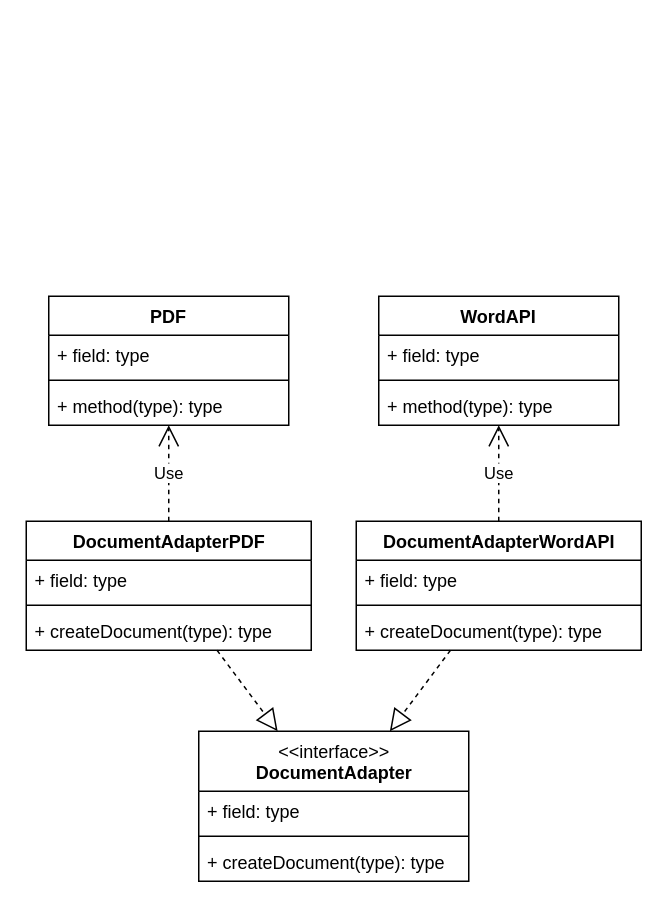
This is page "DocumentAdapterPattern" (7 of 9) of docs/uml_avansdevops.drawio from L-Mustang/avansdevops, a draw.io file, before an edit. Source tidied: cells renumbered, new cells numbered last; positions are measured from the earlier drawing's top-left corner, leaving out a move shared by most shapes. Both pictures are drawn from the tidied source at 150%, with x=0, y=0 at pixel (26, 296).
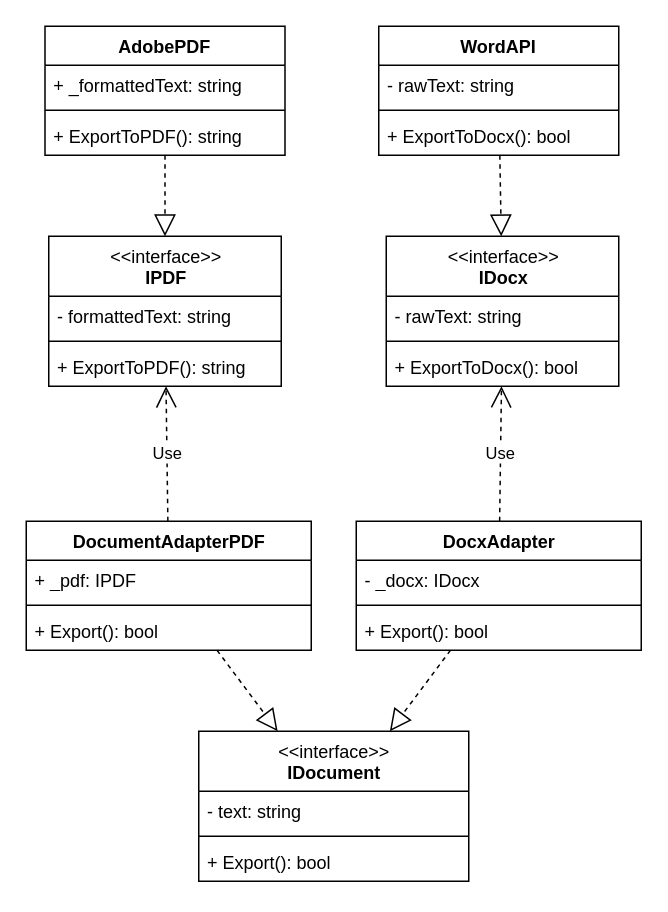
After the change.

The change refers to these unchanged cells:
```xml
<mxCell id="19" value="DocumentAdapterPDF" style="swimlane;fontStyle=1;align=center;verticalAlign=top;horizontal=1;startSize=26;html=1;" parent="1" vertex="1">
  <mxGeometry y="150" width="190" height="86" as="geometry" />
</mxCell>
```

Diff of the diagram source:
```diff
@@
-    <mxCell id="2" value="PDF" style="swimlane;fontStyle=1;align=center;verticalAlign=top;horizontal=1;startSize=26;" parent="1" vertex="1">
-      <mxGeometry x="15" width="160" height="86" as="geometry" />
+    <mxCell id="2" value="AdobePDF" style="swimlane;fontStyle=1;align=center;verticalAlign=top;horizontal=1;startSize=26;" parent="1" vertex="1">
+      <mxGeometry x="12.5" y="-180" width="160" height="86" as="geometry" />
     </mxCell>
-    <mxCell id="3" value="+ field: type" style="text;strokeColor=none;fillColor=none;align=left;verticalAlign=top;spacingLeft=4;spacingRight=4;overflow=hidden;" parent="2" vertex="1">
+    <mxCell id="3" value="+ _formattedText: string" style="text;strokeColor=none;fillColor=none;align=left;verticalAlign=top;spacingLeft=4;spacingRight=4;overflow=hidden;" parent="2" vertex="1">
       <mxGeometry y="26" width="160" height="26" as="geometry" />
     </mxCell>
@@
-    <mxCell id="5" value="+ method(type): type" style="text;strokeColor=none;fillColor=none;align=left;verticalAlign=top;spacingLeft=4;spacingRight=4;overflow=hidden;" parent="2" vertex="1">
+    <mxCell id="5" value="+ ExportToPDF(): string" style="text;strokeColor=none;fillColor=none;align=left;verticalAlign=top;spacingLeft=4;spacingRight=4;overflow=hidden;" parent="2" vertex="1">
       <mxGeometry y="60" width="160" height="26" as="geometry" />
     </mxCell>
     <mxCell id="6" value="WordAPI" style="swimlane;fontStyle=1;align=center;verticalAlign=top;horizontal=1;startSize=26;" parent="1" vertex="1">
-      <mxGeometry x="235" width="160" height="86" as="geometry" />
+      <mxGeometry x="235" y="-180" width="160" height="86" as="geometry" />
     </mxCell>
-    <mxCell id="7" value="+ field: type" style="text;strokeColor=none;fillColor=none;align=left;verticalAlign=top;spacingLeft=4;spacingRight=4;overflow=hidden;" parent="6" vertex="1">
+    <mxCell id="7" value="- rawText: string" style="text;strokeColor=none;fillColor=none;align=left;verticalAlign=top;spacingLeft=4;spacingRight=4;overflow=hidden;" parent="6" vertex="1">
       <mxGeometry y="26" width="160" height="26" as="geometry" />
     </mxCell>
@@
-    <mxCell id="9" value="+ method(type): type" style="text;strokeColor=none;fillColor=none;align=left;verticalAlign=top;spacingLeft=4;spacingRight=4;overflow=hidden;" parent="6" vertex="1">
+    <mxCell id="9" value="+ ExportToDocx(): bool" style="text;strokeColor=none;fillColor=none;align=left;verticalAlign=top;spacingLeft=4;spacingRight=4;overflow=hidden;" parent="6" vertex="1">
       <mxGeometry y="60" width="160" height="26" as="geometry" />
     </mxCell>
-    <mxCell id="10" value="&lt;span style=&quot;font-weight: normal&quot;&gt;&amp;lt;&amp;lt;interface&amp;gt;&amp;gt;&lt;br&gt;&lt;/span&gt;DocumentAdapter" style="swimlane;fontStyle=1;align=center;verticalAlign=top;horizontal=1;startSize=40;html=1;" parent="1" vertex="1">
+    <mxCell id="10" value="&lt;span style=&quot;font-weight: normal&quot;&gt;&amp;lt;&amp;lt;interface&amp;gt;&amp;gt;&lt;br&gt;&lt;/span&gt;IDocument" style="swimlane;fontStyle=1;align=center;verticalAlign=top;horizontal=1;startSize=40;html=1;" parent="1" vertex="1">
       <mxGeometry x="115" y="290" width="180" height="100" as="geometry" />
     </mxCell>
-    <mxCell id="11" value="+ field: type" style="text;strokeColor=none;fillColor=none;align=left;verticalAlign=top;spacingLeft=4;spacingRight=4;overflow=hidden;" parent="10" vertex="1">
+    <mxCell id="11" value="- text: string" style="text;strokeColor=none;fillColor=none;align=left;verticalAlign=top;spacingLeft=4;spacingRight=4;overflow=hidden;" parent="10" vertex="1">
       <mxGeometry y="40" width="180" height="26" as="geometry" />
     </mxCell>
@@
-    <mxCell id="13" value="+ createDocument(type): type" style="text;strokeColor=none;fillColor=none;align=left;verticalAlign=top;spacingLeft=4;spacingRight=4;overflow=hidden;" parent="10" vertex="1">
+    <mxCell id="13" value="+ Export(): bool" style="text;strokeColor=none;fillColor=none;align=left;verticalAlign=top;spacingLeft=4;spacingRight=4;overflow=hidden;" parent="10" vertex="1">
       <mxGeometry y="74" width="180" height="26" as="geometry" />
     </mxCell>
-    <mxCell id="14" value="DocumentAdapterWordAPI" style="swimlane;fontStyle=1;align=center;verticalAlign=top;horizontal=1;startSize=26;html=1;" parent="1" vertex="1">
+    <mxCell id="14" value="DocxAdapter" style="swimlane;fontStyle=1;align=center;verticalAlign=top;horizontal=1;startSize=26;html=1;" parent="1" vertex="1">
       <mxGeometry x="220" y="150" width="190" height="86" as="geometry" />
     </mxCell>
-    <mxCell id="15" value="+ field: type" style="text;strokeColor=none;fillColor=none;align=left;verticalAlign=top;spacingLeft=4;spacingRight=4;overflow=hidden;html=1;" parent="14" vertex="1">
+    <mxCell id="15" value="- _docx: IDocx" style="text;strokeColor=none;fillColor=none;align=left;verticalAlign=top;spacingLeft=4;spacingRight=4;overflow=hidden;html=1;" parent="14" vertex="1">
       <mxGeometry y="26" width="190" height="26" as="geometry" />
     </mxCell>
@@
-    <mxCell id="17" value="+ createDocument(type): type" style="text;strokeColor=none;fillColor=none;align=left;verticalAlign=top;spacingLeft=4;spacingRight=4;overflow=hidden;html=1;" parent="14" vertex="1">
+    <mxCell id="17" value="+ Export(): bool" style="text;strokeColor=none;fillColor=none;align=left;verticalAlign=top;spacingLeft=4;spacingRight=4;overflow=hidden;html=1;" parent="14" vertex="1">
       <mxGeometry y="60" width="190" height="26" as="geometry" />
     </mxCell>
@@
-    <mxCell id="20" value="+ field: type" style="text;strokeColor=none;fillColor=none;align=left;verticalAlign=top;spacingLeft=4;spacingRight=4;overflow=hidden;html=1;" parent="19" vertex="1">
+    <mxCell id="20" value="+ _pdf: IPDF" style="text;strokeColor=none;fillColor=none;align=left;verticalAlign=top;spacingLeft=4;spacingRight=4;overflow=hidden;html=1;" parent="19" vertex="1">
       <mxGeometry y="26" width="190" height="26" as="geometry" />
     </mxCell>
@@
-    <mxCell id="22" value="+ createDocument(type): type" style="text;strokeColor=none;fillColor=none;align=left;verticalAlign=top;spacingLeft=4;spacingRight=4;overflow=hidden;html=1;" parent="19" vertex="1">
+    <mxCell id="22" value="+ Export(): bool" style="text;strokeColor=none;fillColor=none;align=left;verticalAlign=top;spacingLeft=4;spacingRight=4;overflow=hidden;html=1;" parent="19" vertex="1">
       <mxGeometry y="60" width="190" height="26" as="geometry" />
     </mxCell>
@@
-    <mxCell id="24" value="Use" style="endArrow=open;endSize=12;dashed=1;html=1;rounded=0;" parent="1" edge="1" source="19" target="2">
+    <mxCell id="24" value="Use" style="endArrow=open;endSize=12;dashed=1;html=1;rounded=0;" parent="1" edge="1" source="19" target="26">
       <mxGeometry relative="1" as="geometry" />
     </mxCell>
-    <mxCell id="25" value="Use" style="endArrow=open;endSize=12;dashed=1;html=1;rounded=0;" parent="1" edge="1" source="14" target="6">
+    <mxCell id="25" value="Use" style="endArrow=open;endSize=12;dashed=1;html=1;rounded=0;" parent="1" edge="1" source="14" target="31">
       <mxGeometry relative="1" as="geometry" />
     </mxCell>
+    <mxCell id="26" value="&lt;span style=&quot;font-weight: normal&quot;&gt;&amp;lt;&amp;lt;interface&amp;gt;&amp;gt;&lt;br&gt;&lt;/span&gt;IPDF" style="swimlane;fontStyle=1;align=center;verticalAlign=top;horizontal=1;startSize=40;html=1;" parent="1" vertex="1">
+      <mxGeometry x="15" y="-40" width="155" height="100" as="geometry" />
+    </mxCell>
+    <mxCell id="27" value="- formattedText: string" style="text;strokeColor=none;fillColor=none;align=left;verticalAlign=top;spacingLeft=4;spacingRight=4;overflow=hidden;" parent="26" vertex="1">
+      <mxGeometry y="40" width="155" height="26" as="geometry" />
+    </mxCell>
+    <mxCell id="28" style="line;strokeWidth=1;fillColor=none;align=left;verticalAlign=middle;spacingTop=-1;spacingLeft=3;spacingRight=3;labelPosition=right;" parent="26" vertex="1">
+      <mxGeometry y="66" width="155" height="8" as="geometry" />
+    </mxCell>
+    <mxCell id="29" value="+ ExportToPDF(): string" style="text;strokeColor=none;fillColor=none;align=left;verticalAlign=top;spacingLeft=4;spacingRight=4;overflow=hidden;" parent="26" vertex="1">
+      <mxGeometry y="74" width="155" height="26" as="geometry" />
+    </mxCell>
+    <mxCell id="30" style="endArrow=block;dashed=1;endFill=0;endSize=12;html=1;rounded=0;entryX=0.5;entryY=0;entryDx=0;entryDy=0;" parent="1" edge="1" source="2" target="26">
+      <mxGeometry relative="1" as="geometry" />
+    </mxCell>
+    <mxCell id="31" value="&lt;span style=&quot;font-weight: normal&quot;&gt;&amp;lt;&amp;lt;interface&amp;gt;&amp;gt;&lt;br&gt;&lt;/span&gt;IDocx" style="swimlane;fontStyle=1;align=center;verticalAlign=top;horizontal=1;startSize=40;html=1;" parent="1" vertex="1">
+      <mxGeometry x="240" y="-40" width="155" height="100" as="geometry" />
+    </mxCell>
+    <mxCell id="32" value="- rawText: string" style="text;strokeColor=none;fillColor=none;align=left;verticalAlign=top;spacingLeft=4;spacingRight=4;overflow=hidden;" parent="31" vertex="1">
+      <mxGeometry y="40" width="155" height="26" as="geometry" />
+    </mxCell>
+    <mxCell id="33" style="line;strokeWidth=1;fillColor=none;align=left;verticalAlign=middle;spacingTop=-1;spacingLeft=3;spacingRight=3;labelPosition=right;" parent="31" vertex="1">
+      <mxGeometry y="66" width="155" height="8" as="geometry" />
+    </mxCell>
+    <mxCell id="34" value="+ ExportToDocx(): bool" style="text;strokeColor=none;fillColor=none;align=left;verticalAlign=top;spacingLeft=4;spacingRight=4;overflow=hidden;" parent="31" vertex="1">
+      <mxGeometry y="74" width="155" height="26" as="geometry" />
+    </mxCell>
+    <mxCell id="35" style="endArrow=block;dashed=1;endFill=0;endSize=12;html=1;rounded=0;" parent="1" edge="1" source="6" target="31">
+      <mxGeometry relative="1" as="geometry" />
+    </mxCell>
```
